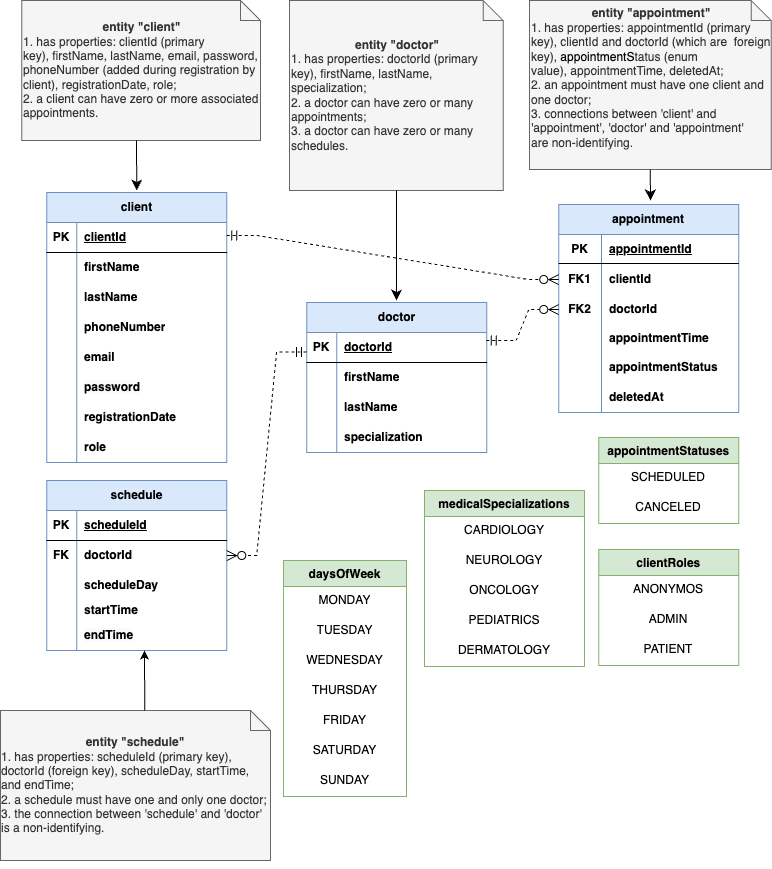
Earlier version of the draw.io export HospitalAppointmentScheduler.drawio.png (MartaKliuchnik/hospital-appointment-scheduler). Source tidied: cells renumbered, new cells last; positions are measured from the earlier drawing's top-left corner, leaving out a move shared by most shapes.
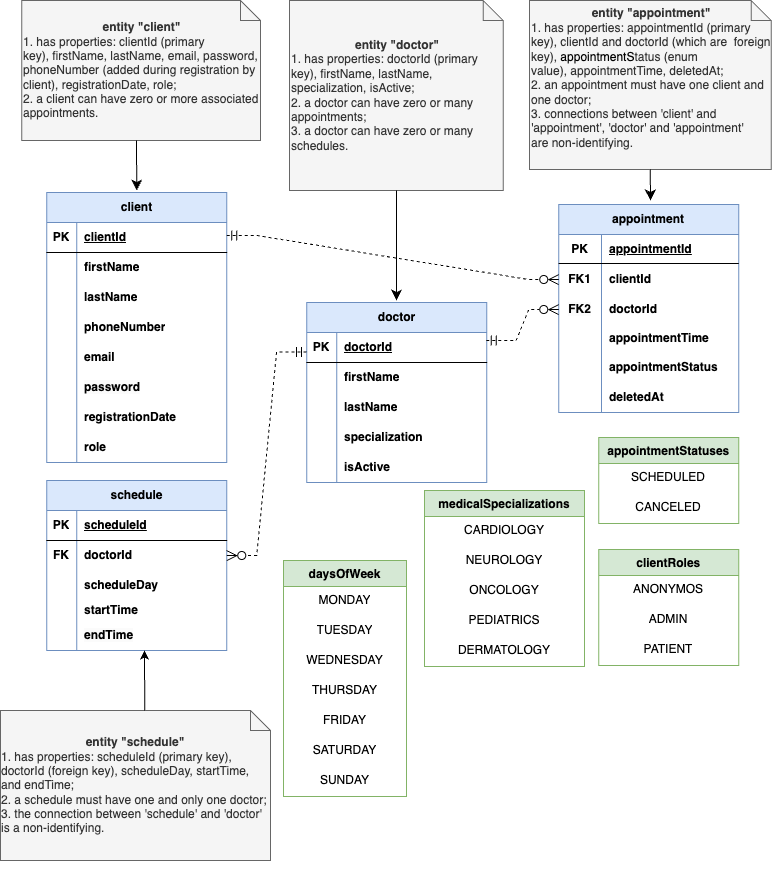
The same file after the commit.

Commit message:
fix: implement soft delete for doctor records and update documentation

Change to the diagram source:
```diff
@@ -135,7 +135,7 @@
       <mxGeometry x="42.8" width="137.2" height="30" as="geometry" />
     </mxCell>
     <mxCell id="46" value="&lt;span style=&quot;background-color: rgb(218, 232, 252);&quot;&gt;doctor&lt;/span&gt;" style="shape=table;startSize=30;rowLines=0;fontStyle=1;align=center;html=1;fillColor=#dae8fc;strokeColor=#6c8ebf;" parent="1" vertex="1">
-      <mxGeometry x="306.2" y="302" width="180" height="150" as="geometry" />
+      <mxGeometry x="306.2" y="302" width="180" height="180" as="geometry" />
     </mxCell>
     <mxCell id="47" style="shape=tableRow;horizontal=0;startSize=0;swimlaneHead=0;swimlaneBody=0;fillColor=none;points=[[0,0.5],[1,0.5]];portConstraint=eastwest;top=0;left=0;right=0;bottom=1;fontStyle=1;" parent="46" vertex="1">
       <mxGeometry y="30" width="180" height="30" as="geometry" />
@@ -173,6 +173,15 @@
     <mxCell id="58" value="specialization" style="shape=partialRectangle;fillColor=none;top=0;left=0;bottom=0;right=0;align=left;spacingLeft=6;overflow=hidden;whiteSpace=wrap;html=1;fontStyle=1;" parent="56" vertex="1">
       <mxGeometry x="30" width="150" height="30" as="geometry" />
     </mxCell>
+    <mxCell id="109" style="shape=tableRow;horizontal=0;startSize=0;swimlaneHead=0;swimlaneBody=0;fillColor=none;top=0;left=0;right=0;bottom=0;fontStyle=1;" parent="46" vertex="1">
+      <mxGeometry y="150" width="180" height="30" as="geometry" />
+    </mxCell>
+    <mxCell id="110" style="shape=partialRectangle;fillColor=none;top=0;left=0;bottom=0;right=0;overflow=hidden;whiteSpace=wrap;html=1;fontStyle=1;" parent="109" vertex="1">
+      <mxGeometry width="30" height="30" as="geometry" />
+    </mxCell>
+    <mxCell id="111" value="isActive" style="shape=partialRectangle;fillColor=none;top=0;left=0;bottom=0;right=0;align=left;spacingLeft=6;overflow=hidden;whiteSpace=wrap;html=1;fontStyle=1;" parent="109" vertex="1">
+      <mxGeometry x="30" width="150" height="30" as="geometry" />
+    </mxCell>
     <mxCell id="59" style="edgeStyle=entityRelationEdgeStyle;fontSize=12;html=1;endArrow=ERzeroToMany;startArrow=ERmandOne;rounded=0;exitX=1;exitY=0.5;exitDx=0;exitDy=0;endSize=8;startSize=8;entryX=0;entryY=0.5;entryDx=0;entryDy=0;startFill=0;jumpSize=8;endFill=0;dashed=1;" parent="1" edge="1" target="31">
       <mxGeometry relative="1" as="geometry">
         <mxPoint x="226.2" y="235" as="sourcePoint" />
@@ -190,7 +199,7 @@
     <mxCell id="61" value="&lt;div style=&quot;text-align: center;&quot;&gt;&lt;b&gt;entity &quot;&lt;/b&gt;&lt;span style=&quot;font-weight: 700; text-wrap: nowrap;&quot;&gt;client&lt;/span&gt;&lt;b&gt;&quot;&lt;/b&gt;&lt;span style=&quot;background-color: initial;&quot;&gt;&lt;br&gt;&lt;/span&gt;&lt;/div&gt;&lt;div style=&quot;&quot;&gt;&lt;span style=&quot;background-color: initial;&quot;&gt;1. has properties:&amp;nbsp;&lt;/span&gt;&lt;span style=&quot;background-color: initial;&quot;&gt;clientId&lt;/span&gt;&lt;span style=&quot;background-color: initial;&quot;&gt;&amp;nbsp;(primary key&lt;/span&gt;&lt;span style=&quot;background-color: initial;&quot;&gt;),&amp;nbsp;&lt;/span&gt;&lt;span style=&quot;background-color: initial;&quot;&gt;firstName&lt;/span&gt;&lt;span style=&quot;background-color: initial;&quot;&gt;, lastName, email, password, phoneNumber (added during registration by client),&amp;nbsp;&lt;/span&gt;&lt;span style=&quot;background-color: initial;&quot;&gt;registrationDate, role;&amp;nbsp;&lt;/span&gt;&lt;/div&gt;&lt;div style=&quot;&quot;&gt;&lt;span style=&quot;background-color: initial;&quot;&gt;2. a client&amp;nbsp;&lt;/span&gt;&lt;span style=&quot;background-color: initial;&quot;&gt;can have zero or more associated appointments.&lt;/span&gt;&lt;/div&gt;" style="shape=note;size=20;whiteSpace=wrap;html=1;align=left;fillColor=#f5f5f5;fontColor=#333333;strokeColor=#666666;" parent="1" vertex="1">
       <mxGeometry x="21.2" width="238.8" height="140" as="geometry" />
     </mxCell>
-    <mxCell id="62" value="&lt;div style=&quot;text-align: center;&quot;&gt;&lt;b&gt;entity &quot;doctor&quot;&lt;/b&gt;&lt;span style=&quot;background-color: initial;&quot;&gt;&lt;br&gt;&lt;/span&gt;&lt;/div&gt;&lt;div style=&quot;&quot;&gt;&lt;span style=&quot;background-color: initial;&quot;&gt;1. has properties: doctorId&amp;nbsp;&lt;/span&gt;&lt;span style=&quot;background-color: initial;&quot;&gt;(primary key&lt;/span&gt;&lt;span style=&quot;background-color: initial;&quot;&gt;),&lt;/span&gt;&lt;span style=&quot;background-color: initial;&quot;&gt;&amp;nbsp;firstName, last&lt;/span&gt;&lt;span style=&quot;background-color: initial;&quot;&gt;Name,&amp;nbsp;&amp;nbsp;&lt;/span&gt;&lt;/div&gt;&lt;div style=&quot;&quot;&gt;&lt;span style=&quot;background-color: initial;&quot;&gt;specialization&lt;/span&gt;&lt;span style=&quot;background-color: initial;&quot;&gt;;&amp;nbsp;&lt;/span&gt;&lt;/div&gt;&lt;div style=&quot;&quot;&gt;&lt;span style=&quot;background-color: initial;&quot;&gt;2. a doctor can have zero or many appointments;&lt;/span&gt;&lt;/div&gt;&lt;div style=&quot;&quot;&gt;&lt;span style=&quot;background-color: initial;&quot;&gt;3.&amp;nbsp;&lt;/span&gt;&lt;span style=&quot;background-color: initial;&quot;&gt;a&lt;/span&gt;&lt;span style=&quot;background-color: initial;&quot;&gt;&amp;nbsp;doctor can have zero or many schedules.&lt;/span&gt;&lt;/div&gt;" style="shape=note;size=20;whiteSpace=wrap;html=1;align=left;fillColor=#f5f5f5;fontColor=#333333;strokeColor=#666666;" parent="1" vertex="1">
+    <mxCell id="62" value="&lt;div style=&quot;text-align: center;&quot;&gt;&lt;b&gt;entity &quot;doctor&quot;&lt;/b&gt;&lt;span style=&quot;background-color: initial;&quot;&gt;&lt;br&gt;&lt;/span&gt;&lt;/div&gt;&lt;div style=&quot;&quot;&gt;&lt;span style=&quot;background-color: initial;&quot;&gt;1. has properties: doctorId&amp;nbsp;&lt;/span&gt;&lt;span style=&quot;background-color: initial;&quot;&gt;(primary key&lt;/span&gt;&lt;span style=&quot;background-color: initial;&quot;&gt;),&lt;/span&gt;&lt;span style=&quot;background-color: initial;&quot;&gt;&amp;nbsp;firstName, last&lt;/span&gt;&lt;span style=&quot;background-color: initial;&quot;&gt;Name,&amp;nbsp;&amp;nbsp;&lt;/span&gt;&lt;/div&gt;&lt;div style=&quot;&quot;&gt;&lt;span style=&quot;background-color: initial;&quot;&gt;specialization, isActive&lt;/span&gt;&lt;span style=&quot;background-color: initial;&quot;&gt;;&amp;nbsp;&lt;/span&gt;&lt;/div&gt;&lt;div style=&quot;&quot;&gt;&lt;span style=&quot;background-color: initial;&quot;&gt;2. a doctor can have zero or many appointments;&lt;/span&gt;&lt;/div&gt;&lt;div style=&quot;&quot;&gt;&lt;span style=&quot;background-color: initial;&quot;&gt;3.&amp;nbsp;&lt;/span&gt;&lt;span style=&quot;background-color: initial;&quot;&gt;a&lt;/span&gt;&lt;span style=&quot;background-color: initial;&quot;&gt;&amp;nbsp;doctor can have zero or many schedules.&lt;/span&gt;&lt;/div&gt;" style="shape=note;size=20;whiteSpace=wrap;html=1;align=left;fillColor=#f5f5f5;fontColor=#333333;strokeColor=#666666;" parent="1" vertex="1">
       <mxGeometry x="289" width="213.8" height="190" as="geometry" />
     </mxCell>
     <mxCell id="63" style="edgeStyle=segmentEdgeStyle;endArrow=classic;html=1;curved=0;rounded=0;endSize=8;startSize=8;" parent="1" edge="1">
```
